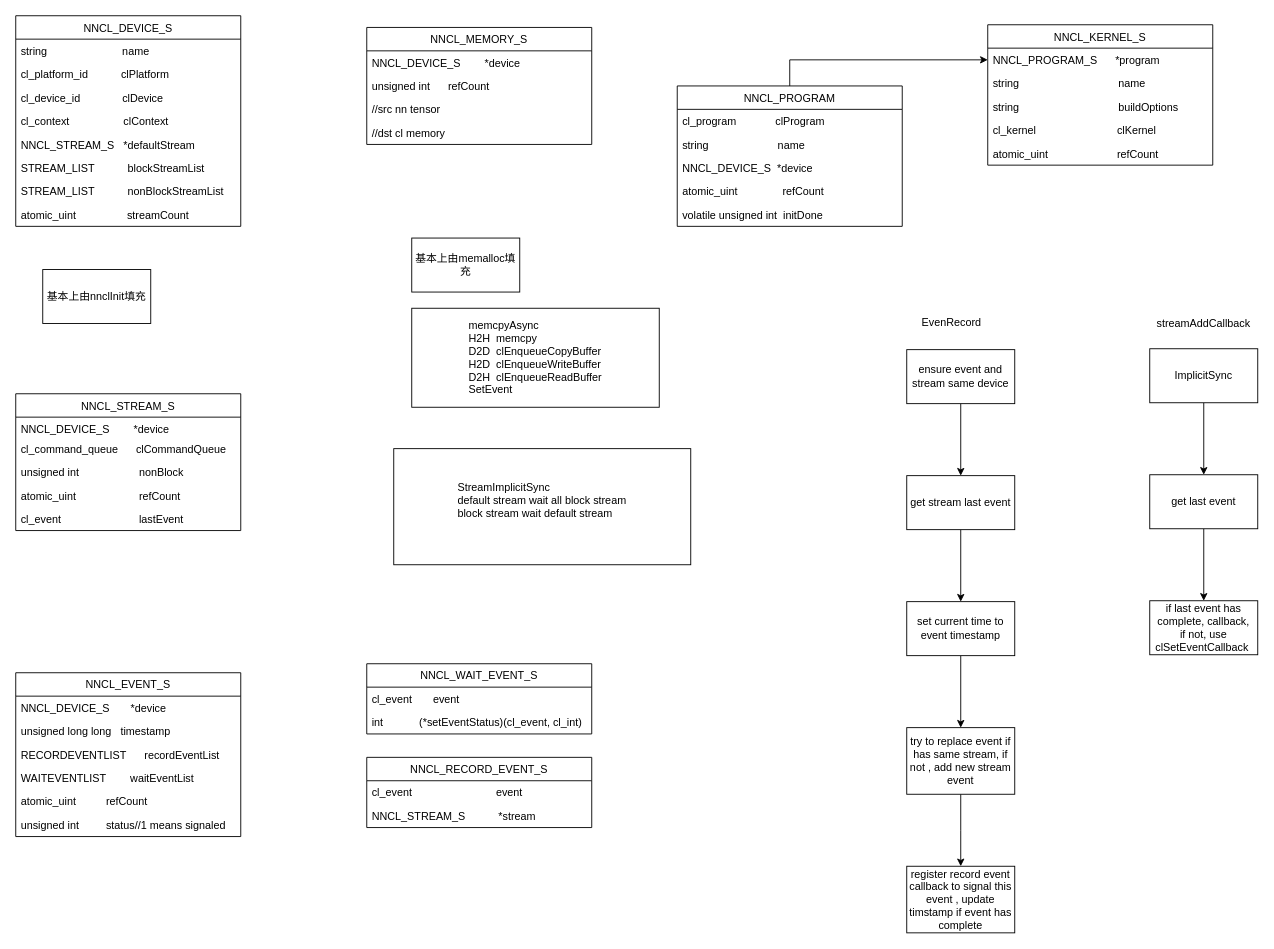
Above: page "Page-1" (1 of 6) of streamevent.drawio in sudocloud/draw.io (draw.io), before the change. Source tidied: cells renumbered, new cells numbered last; positions are measured from the earlier drawing's top-left corner, leaving out a move shared by most shapes. Both pictures are drawn from the tidied source at 90%, with x=0, y=0 at pixel (15, 15).
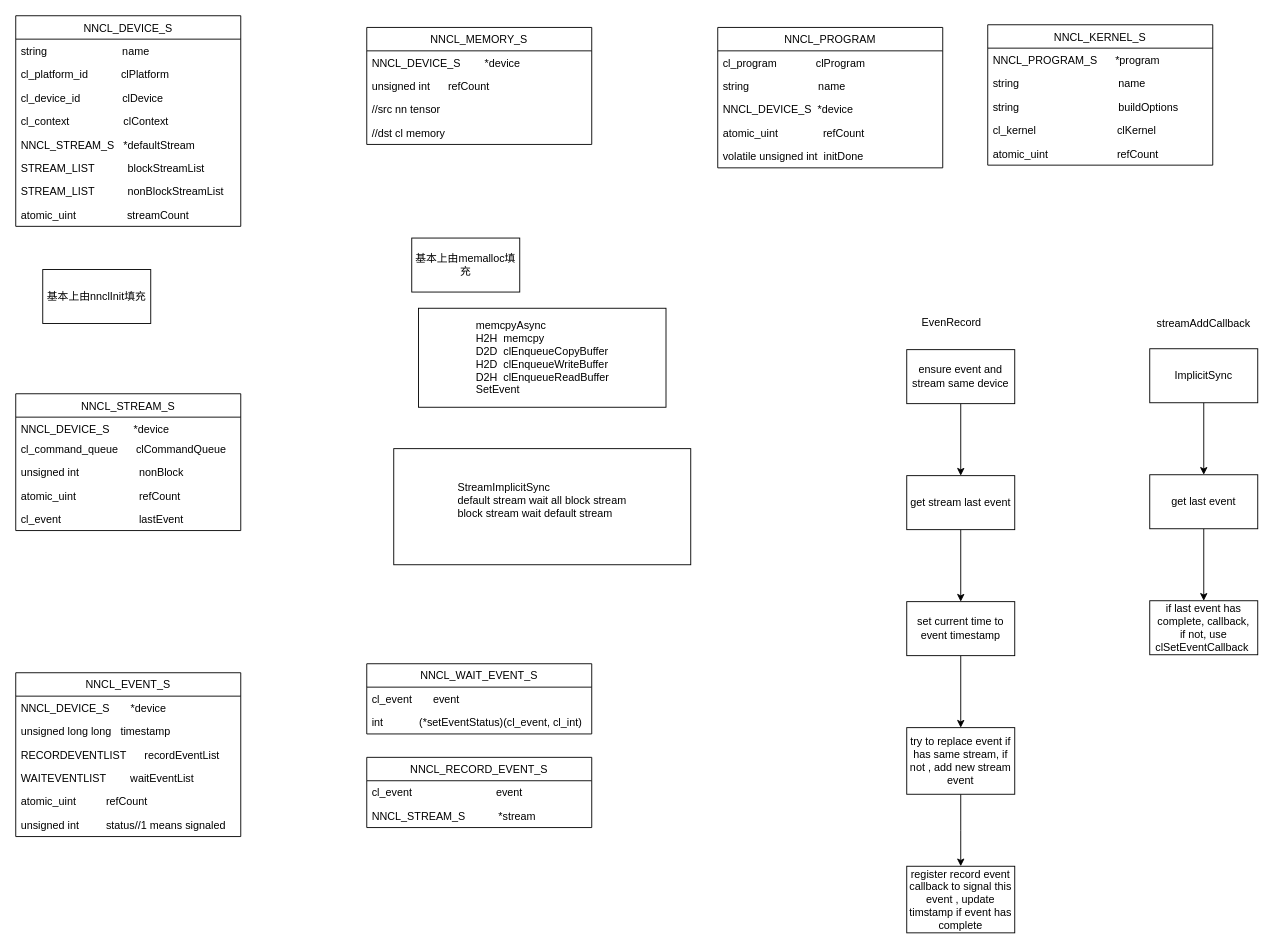
The same page after the edit.

Unchanged cells that the change refers to:
```xml
<mxCell id="30" value="NNCL_PROGRAM_S      *program" style="text;strokeColor=none;fillColor=none;align=left;verticalAlign=top;spacingLeft=4;spacingRight=4;overflow=hidden;points=[[0,0.5],[1,0.5]];portConstraint=eastwest;" parent="29" vertex="1">
  <mxGeometry y="26" width="250" height="26" as="geometry" />
</mxCell>
```

What changed in the source:
```diff
@@
-    <mxCell id="22" style="edgeStyle=orthogonalEdgeStyle;rounded=0;jettySize=auto;html=1;" parent="1" edge="1" source="23" target="30">
-      <mxGeometry relative="1" as="geometry" />
-    </mxCell>
     <mxCell id="23" value="NNCL_PROGRAM" style="swimlane;fontStyle=0;horizontal=1;startSize=26;fillColor=none;" parent="1" vertex="1">
-      <mxGeometry x="735" y="78" width="250" height="156" as="geometry" />
+      <mxGeometry x="780" y="13" width="250" height="156" as="geometry" />
     </mxCell>
@@
     <mxCell id="50" value="&lt;div style=&quot;text-align: left&quot;&gt;&lt;span&gt;memcpyAsync&lt;/span&gt;&lt;/div&gt;&lt;div style=&quot;text-align: left&quot;&gt;&lt;span&gt;H2H&amp;nbsp; memcpy&lt;/span&gt;&lt;/div&gt;&lt;div style=&quot;text-align: left&quot;&gt;&lt;span&gt;D2D&amp;nbsp; clEnqueueCopyBuffer&lt;/span&gt;&lt;/div&gt;&lt;div style=&quot;text-align: left&quot;&gt;&lt;span&gt;H2D&amp;nbsp; clEnqueueWriteBuffer&lt;/span&gt;&lt;/div&gt;&lt;div style=&quot;text-align: left&quot;&gt;&lt;span&gt;D2H&amp;nbsp; clEnqueueReadBuffer&lt;/span&gt;&lt;/div&gt;&lt;div style=&quot;text-align: left&quot;&gt;&lt;span&gt;SetEvent&lt;/span&gt;&lt;/div&gt;" style="rounded=0;whiteSpace=wrap;html=1;" parent="1" vertex="1">
-      <mxGeometry x="440" y="325" width="275" height="110" as="geometry" />
+      <mxGeometry x="447.5" y="325" width="275" height="110" as="geometry" />
     </mxCell>
```
